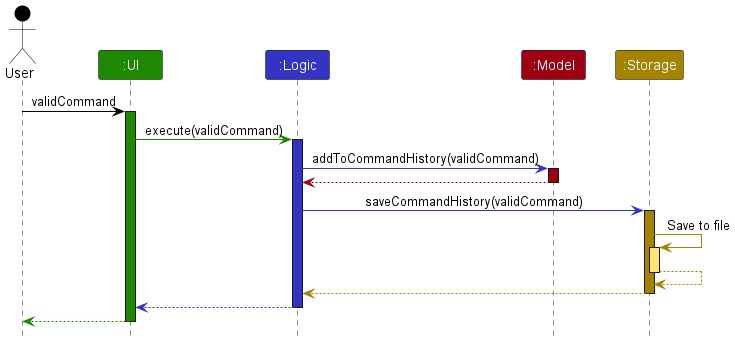
The PlantUML diagram docs/images/AddToCommandHistorySequenceDiagram.png in nus-cs2103-AY2223S1/tp, before a commit.
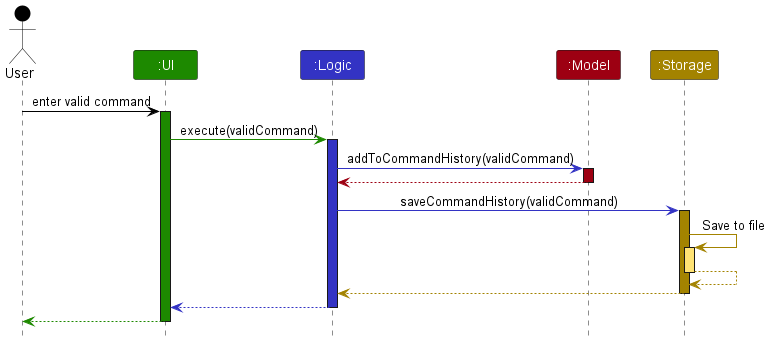
Later version of the same file.

What changed in the source:
```diff
@@ -7,7 +7,7 @@
 Participant ":Model" as model MODEL_COLOR
 Participant ":Storage" as storage STORAGE_COLOR
 
-user -[USER_COLOR]> ui : validCommand
+user -[USER_COLOR]> ui : enter valid command
 activate ui UI_COLOR
 
 ui -[UI_COLOR]> logic : execute(validCommand)
```
